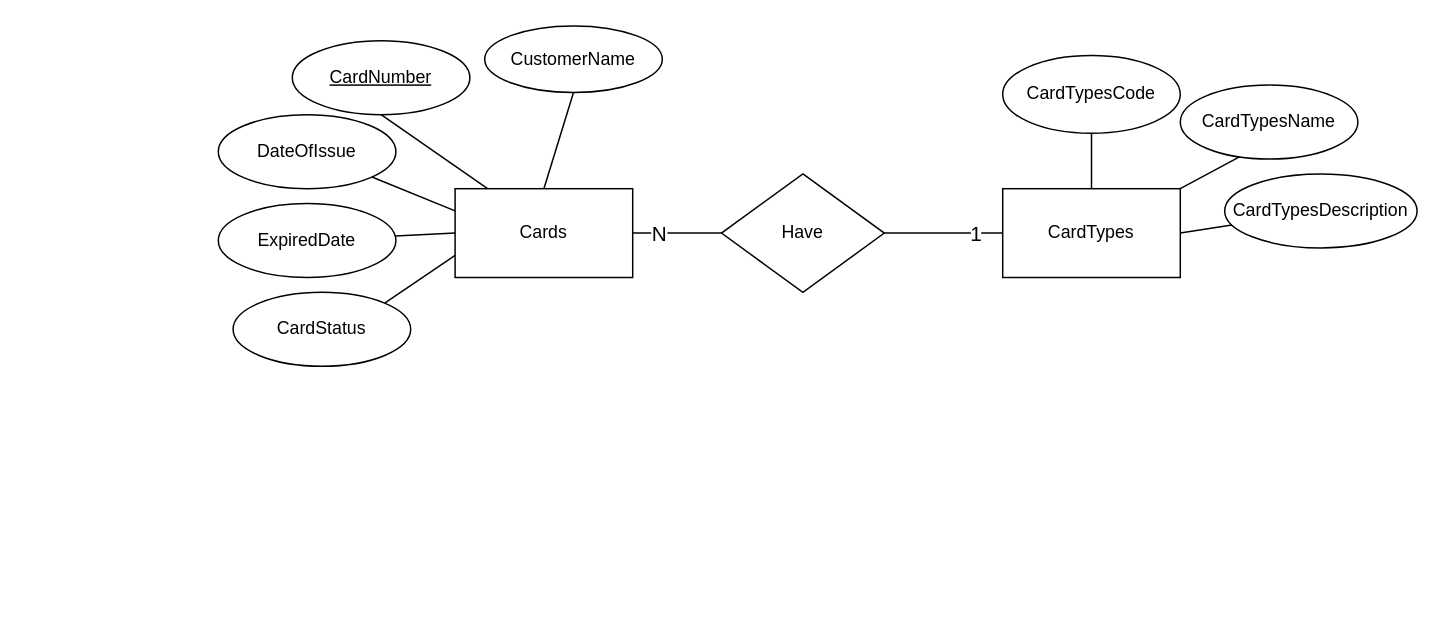
Earlier version of the draw.io diagram Documents/Design/ERDBankingSystem.drawio (HungHuuHoang/BankingSystem). Source tidied: cells renumbered, new cells numbered last; positions are measured from the earlier drawing's top-left corner, leaving out a move shared by most shapes. Both pictures are drawn from the tidied source at 148%, with x=0, y=0 at pixel (218, 25).
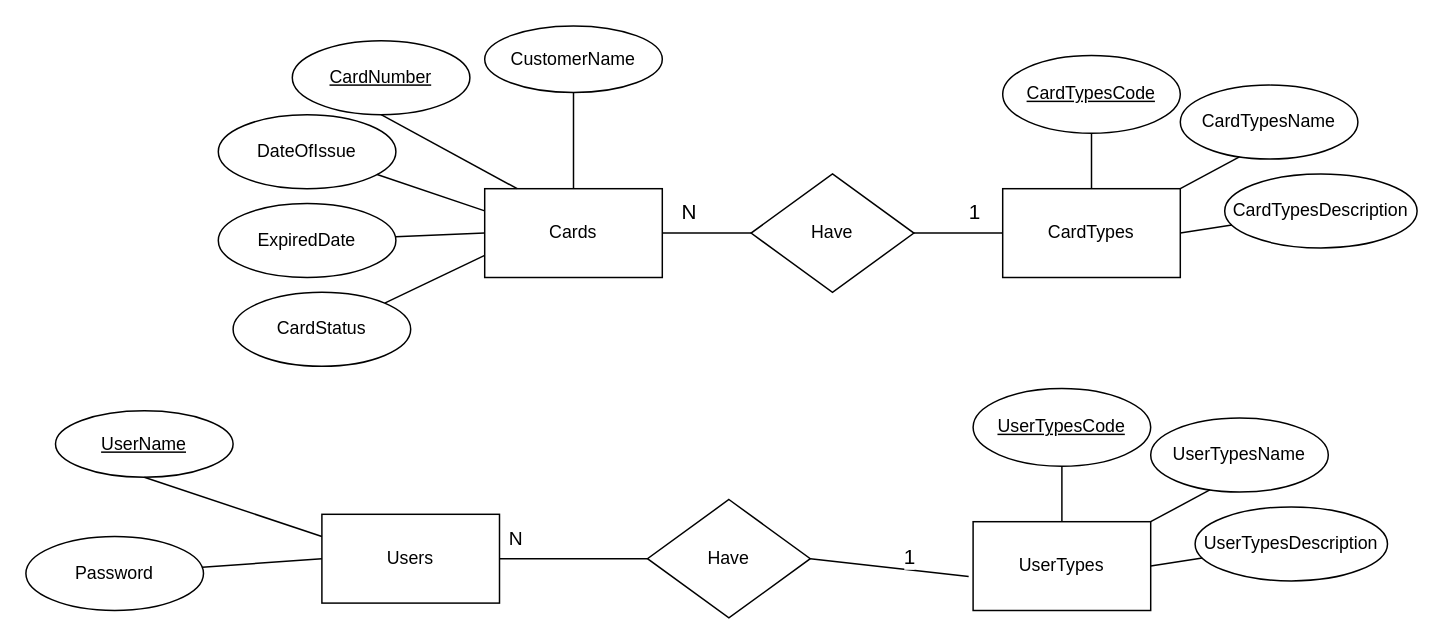
After the change.

Unchanged cells that the change refers to:
```xml
<mxCell id="21" style="endArrow=none;html=1;entryX=0;entryY=0.5;entryDx=0;entryDy=0;exitX=1;exitY=0.5;exitDx=0;exitDy=0;" parent="1" edge="1" source="20" target="7">
  <mxGeometry relative="1" as="geometry" />
</mxCell>
<mxCell id="23" style="endArrow=none;html=1;entryX=0;entryY=0.5;entryDx=0;entryDy=0;exitX=1;exitY=0.5;exitDx=0;exitDy=0;" parent="1" edge="1" source="2" target="20">
  <mxGeometry relative="1" as="geometry" />
</mxCell>
```

The edit, as a diff of the source:
```diff
@@
     <mxCell id="2" value="Cards" style="rounded=0;whiteSpace=wrap;html=1;" parent="1" vertex="1">
-      <mxGeometry x="160" y="110" width="120" height="60" as="geometry" />
+      <mxGeometry x="180" y="110" width="120" height="60" as="geometry" />
     </mxCell>
@@
-    <mxCell id="14" value="CardTypesCode" style="ellipse;whiteSpace=wrap;html=1;" parent="1" vertex="1">
+    <mxCell id="14" value="CardTypesCode" style="ellipse;whiteSpace=wrap;html=1;fontStyle=4;" parent="1" vertex="1">
       <mxGeometry x="530" y="20" width="120" height="52.5" as="geometry" />
     </mxCell>
@@
     <mxCell id="20" value="Have" style="rhombus;whiteSpace=wrap;html=1;" parent="1" vertex="1">
-      <mxGeometry x="340" y="100" width="110" height="80" as="geometry" />
+      <mxGeometry x="360" y="100" width="110" height="80" as="geometry" />
     </mxCell>
@@
     <mxCell id="22" value="1" style="edgeLabel;html=1;align=center;verticalAlign=middle;fontSize=14;" parent="21" vertex="1">
-      <mxGeometry x="0.53" relative="1" as="geometry" />
+      <mxGeometry x="0.53" relative="1" as="geometry">
+        <mxPoint x="-6" y="-15" as="offset" />
+      </mxGeometry>
     </mxCell>
@@
     <mxCell id="24" value="N" style="edgeLabel;html=1;align=center;verticalAlign=middle;fontSize=14;" parent="23" vertex="1">
-      <mxGeometry x="-0.43" relative="1" as="geometry" />
+      <mxGeometry x="-0.43" relative="1" as="geometry">
+        <mxPoint y="-15" as="offset" />
+      </mxGeometry>
     </mxCell>
+    <mxCell id="25" value="Users" style="rounded=0;whiteSpace=wrap;html=1;" parent="1" vertex="1">
+      <mxGeometry x="70" y="330" width="120" height="60" as="geometry" />
+    </mxCell>
+    <mxCell id="26" value="&lt;u&gt;UserName&lt;/u&gt;" style="ellipse;whiteSpace=wrap;html=1;" parent="1" vertex="1">
+      <mxGeometry x="-110" y="260" width="120" height="45" as="geometry" />
+    </mxCell>
+    <mxCell id="27" style="endArrow=none;html=1;entryX=0.5;entryY=1;entryDx=0;entryDy=0;exitX=0;exitY=0.25;exitDx=0;exitDy=0;" parent="1" edge="1" source="25" target="26">
+      <mxGeometry relative="1" as="geometry" />
+    </mxCell>
+    <mxCell id="28" value="Password" style="ellipse;whiteSpace=wrap;html=1;" parent="1" vertex="1">
+      <mxGeometry x="-130" y="345" width="120" height="50" as="geometry" />
+    </mxCell>
+    <mxCell id="29" style="endArrow=none;html=1;entryX=0;entryY=0.5;entryDx=0;entryDy=0;" parent="1" edge="1" source="28" target="25">
+      <mxGeometry relative="1" as="geometry" />
+    </mxCell>
+    <mxCell id="30" value="UserTypes" style="rounded=0;whiteSpace=wrap;html=1;" parent="1" vertex="1">
+      <mxGeometry x="510" y="335" width="120" height="60" as="geometry" />
+    </mxCell>
+    <mxCell id="31" value="UserTypesCode" style="ellipse;whiteSpace=wrap;html=1;fontStyle=4;" parent="1" vertex="1">
+      <mxGeometry x="510" y="245" width="120" height="52.5" as="geometry" />
+    </mxCell>
+    <mxCell id="32" value="UserTypesName" style="ellipse;whiteSpace=wrap;html=1;" parent="1" vertex="1">
+      <mxGeometry x="630" y="265" width="120" height="50" as="geometry" />
+    </mxCell>
+    <mxCell id="33" style="endArrow=none;html=1;exitX=0.5;exitY=0;exitDx=0;exitDy=0;" parent="1" edge="1" source="30" target="31">
+      <mxGeometry relative="1" as="geometry" />
+    </mxCell>
+    <mxCell id="34" style="endArrow=none;html=1;entryX=0.333;entryY=0.97;entryDx=0;entryDy=0;entryPerimeter=0;exitX=1;exitY=0;exitDx=0;exitDy=0;" parent="1" edge="1" source="30" target="32">
+      <mxGeometry relative="1" as="geometry" />
+    </mxCell>
+    <mxCell id="35" value="UserTypesDescription" style="ellipse;whiteSpace=wrap;html=1;" parent="1" vertex="1">
+      <mxGeometry x="660" y="325" width="130" height="50" as="geometry" />
+    </mxCell>
+    <mxCell id="36" style="endArrow=none;html=1;exitX=1;exitY=0.5;exitDx=0;exitDy=0;" parent="1" edge="1" source="30" target="35">
+      <mxGeometry relative="1" as="geometry" />
+    </mxCell>
+    <mxCell id="37" value="Have" style="rhombus;whiteSpace=wrap;html=1;" parent="1" vertex="1">
+      <mxGeometry x="290" y="320" width="110" height="80" as="geometry" />
+    </mxCell>
+    <mxCell id="38" style="endArrow=none;html=1;entryX=-0.025;entryY=0.617;entryDx=0;entryDy=0;entryPerimeter=0;exitX=1;exitY=0.5;exitDx=0;exitDy=0;" parent="1" edge="1" source="37" target="30">
+      <mxGeometry relative="1" as="geometry" />
+    </mxCell>
+    <mxCell id="39" value="1" style="edgeLabel;html=1;align=center;verticalAlign=middle;fontSize=14;" parent="38" vertex="1">
+      <mxGeometry x="0.2" y="-1" relative="1" as="geometry">
+        <mxPoint x="2.2" y="-10.2" as="offset" />
+      </mxGeometry>
+    </mxCell>
+    <mxCell id="40" style="endArrow=none;html=1;exitX=1;exitY=0.5;exitDx=0;exitDy=0;entryX=0;entryY=0.5;entryDx=0;entryDy=0;" parent="1" edge="1" source="25" target="37">
+      <mxGeometry relative="1" as="geometry" />
+    </mxCell>
+    <mxCell id="41" value="N" style="edgeLabel;html=1;align=center;verticalAlign=middle;fontSize=13;" parent="40" vertex="1">
+      <mxGeometry x="-0.8" y="1" relative="1" as="geometry">
+        <mxPoint y="-14" as="offset" />
+      </mxGeometry>
+    </mxCell>
```
